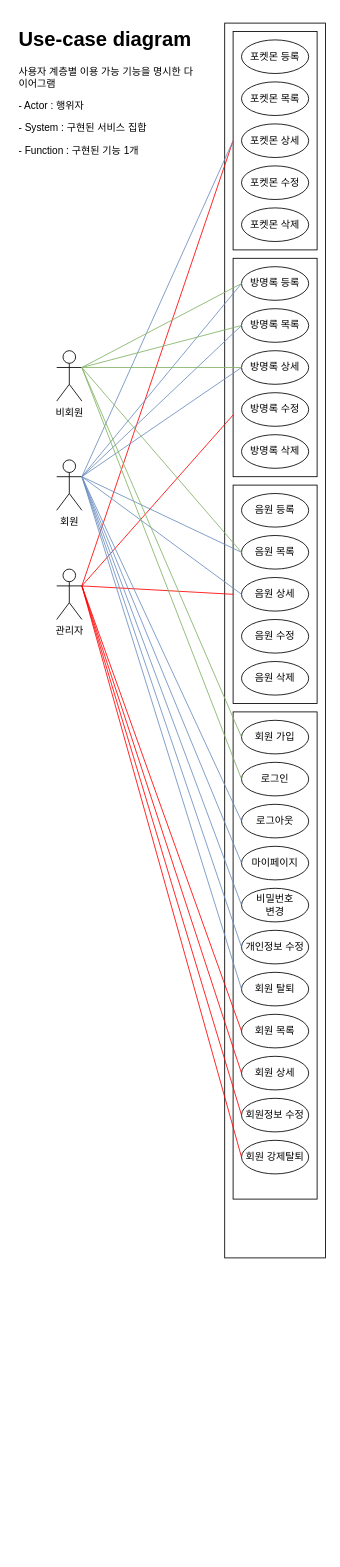
Before: page "유즈케이스" (3 of 3) of springhome.drawio in JeongHwaP/KH10, a draw.io diagram. Source tidied: cells renumbered, new cells numbered last; positions are measured from the earlier drawing's top-left corner, leaving out a move shared by most shapes. Both pictures are drawn from the tidied source at 84%, with x=0, y=0 at pixel (14, 23).
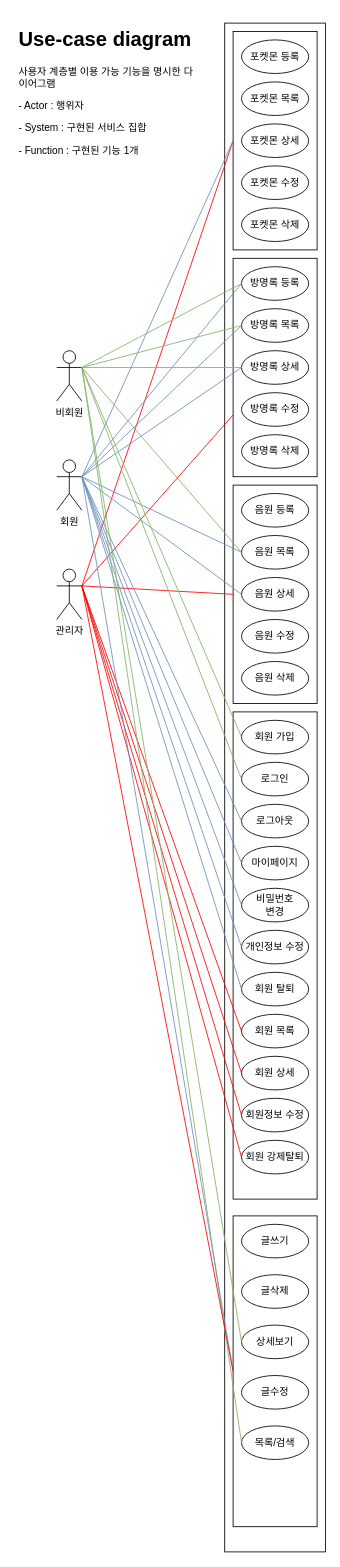
Above is the later version.

Unchanged cells that the change refers to:
```xml
<mxCell id="4" value="관리자" style="shape=umlActor;verticalLabelPosition=bottom;verticalAlign=top;html=1;outlineConnect=0;" parent="1" vertex="1">
  <mxGeometry x="50" y="650" width="30" height="60" as="geometry" />
</mxCell>
<mxCell id="5" value="회원" style="shape=umlActor;verticalLabelPosition=bottom;verticalAlign=top;html=1;outlineConnect=0;" parent="1" vertex="1">
  <mxGeometry x="50" y="520" width="30" height="60" as="geometry" />
</mxCell>
<mxCell id="6" value="비회원" style="shape=umlActor;verticalLabelPosition=bottom;verticalAlign=top;html=1;outlineConnect=0;" parent="1" vertex="1">
  <mxGeometry x="50" y="390" width="30" height="60" as="geometry" />
</mxCell>
```

The edit, as a diff of the source:
```diff
@@
     <mxCell id="2" style="rounded=0;whiteSpace=wrap;html=1;" parent="1" vertex="1">
-      <mxGeometry x="250" width="120" height="1470" as="geometry" />
+      <mxGeometry x="250" width="120" height="1820" as="geometry" />
     </mxCell>
@@
+    <mxCell id="61" style="rounded=0;whiteSpace=wrap;html=1;fontSize=13;" parent="1" vertex="1">
+      <mxGeometry x="260" y="1420" width="100" height="370" as="geometry" />
+    </mxCell>
+    <mxCell id="62" value="글쓰기" style="ellipse;whiteSpace=wrap;html=1;" parent="1" vertex="1">
+      <mxGeometry x="270" y="1430" width="80" height="40" as="geometry" />
+    </mxCell>
+    <mxCell id="63" value="글삭제" style="ellipse;whiteSpace=wrap;html=1;" parent="1" vertex="1">
+      <mxGeometry x="270" y="1490" width="80" height="40" as="geometry" />
+    </mxCell>
+    <mxCell id="64" value="상세보기" style="ellipse;whiteSpace=wrap;html=1;" parent="1" vertex="1">
+      <mxGeometry x="270" y="1550" width="80" height="40" as="geometry" />
+    </mxCell>
+    <mxCell id="65" value="글수정" style="ellipse;whiteSpace=wrap;html=1;" parent="1" vertex="1">
+      <mxGeometry x="270" y="1610" width="80" height="40" as="geometry" />
+    </mxCell>
+    <mxCell id="66" value="목록/검색" style="ellipse;whiteSpace=wrap;html=1;" parent="1" vertex="1">
+      <mxGeometry x="270" y="1670" width="80" height="40" as="geometry" />
+    </mxCell>
+    <mxCell id="67" style="endArrow=none;html=1;rounded=0;strokeColor=#82b366;entryX=0;entryY=0.5;entryDx=0;entryDy=0;fillColor=#d5e8d4;exitX=1;exitY=0.3333333333333333;exitDx=0;exitDy=0;exitPerimeter=0;" parent="1" edge="1" source="6" target="66">
+      <mxGeometry relative="1" as="geometry" />
+    </mxCell>
+    <mxCell id="68" style="endArrow=none;html=1;rounded=0;strokeColor=#82b366;entryX=0;entryY=0.5;entryDx=0;entryDy=0;fillColor=#d5e8d4;exitX=1;exitY=0.3333333333333333;exitDx=0;exitDy=0;exitPerimeter=0;" parent="1" edge="1" source="6" target="64">
+      <mxGeometry relative="1" as="geometry" />
+    </mxCell>
+    <mxCell id="69" style="endArrow=none;html=1;rounded=0;strokeColor=#6c8ebf;exitX=1;exitY=0.3333333333333333;exitDx=0;exitDy=0;exitPerimeter=0;entryX=0;entryY=0.5;entryDx=0;entryDy=0;fillColor=#dae8fc;" parent="1" edge="1" source="5" target="61">
+      <mxGeometry relative="1" as="geometry" />
+    </mxCell>
+    <mxCell id="70" style="endArrow=none;html=1;rounded=0;strokeColor=#FF0000;exitX=1;exitY=0.3333333333333333;exitDx=0;exitDy=0;exitPerimeter=0;entryX=0;entryY=0.5;entryDx=0;entryDy=0;" parent="1" edge="1" source="4" target="61">
+      <mxGeometry relative="1" as="geometry" />
+    </mxCell>
```
